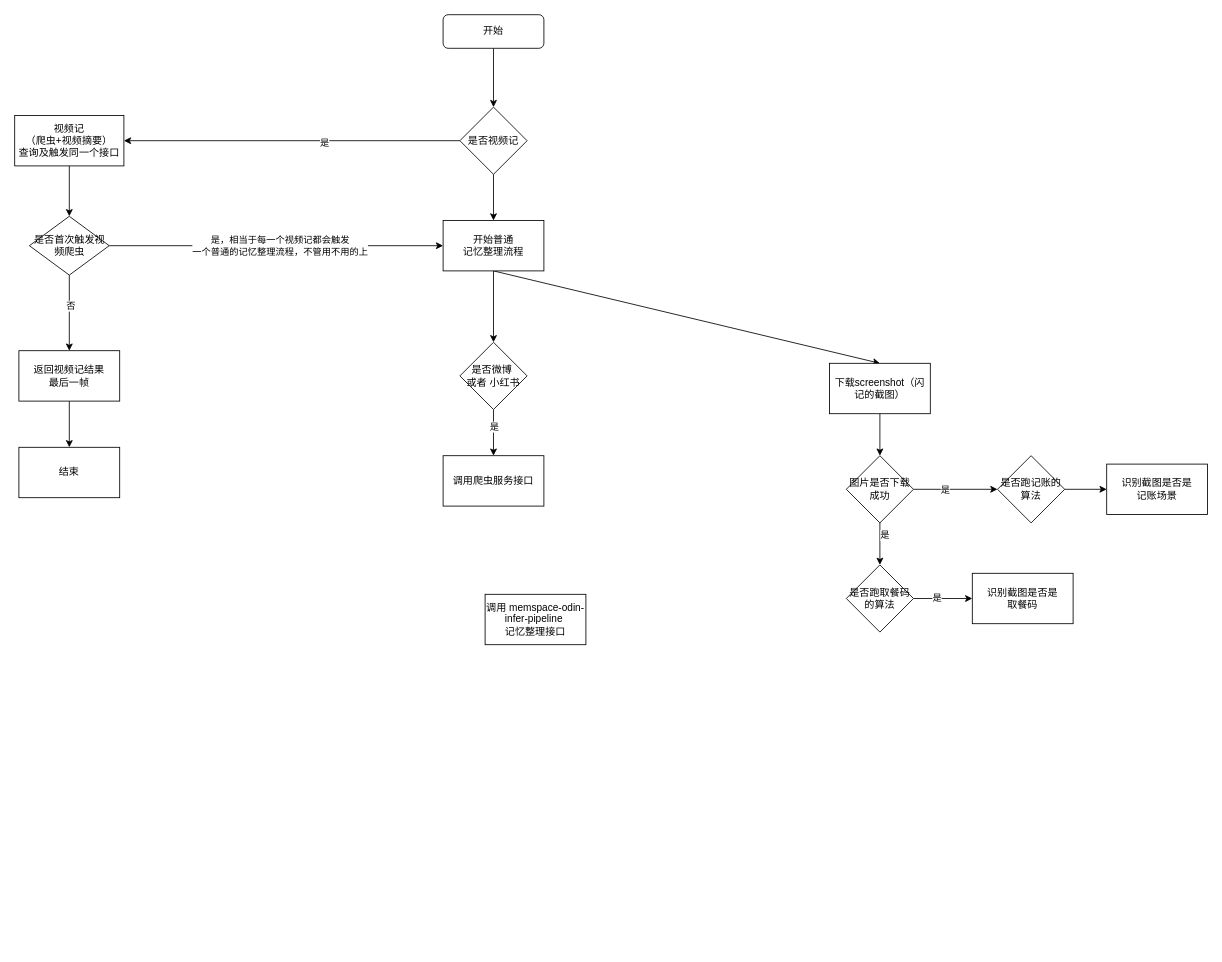
This is page "记忆整理流程" (9 of 9) of 个性化.drawio from jingb/pythonRepo, a draw.io file, before an edit. Source tidied: cells renumbered, new cells numbered last; positions are measured from the earlier drawing's top-left corner, leaving out a move shared by most shapes. Both pictures are drawn from the tidied source at 84%, with x=0, y=0 at pixel (14, 14).
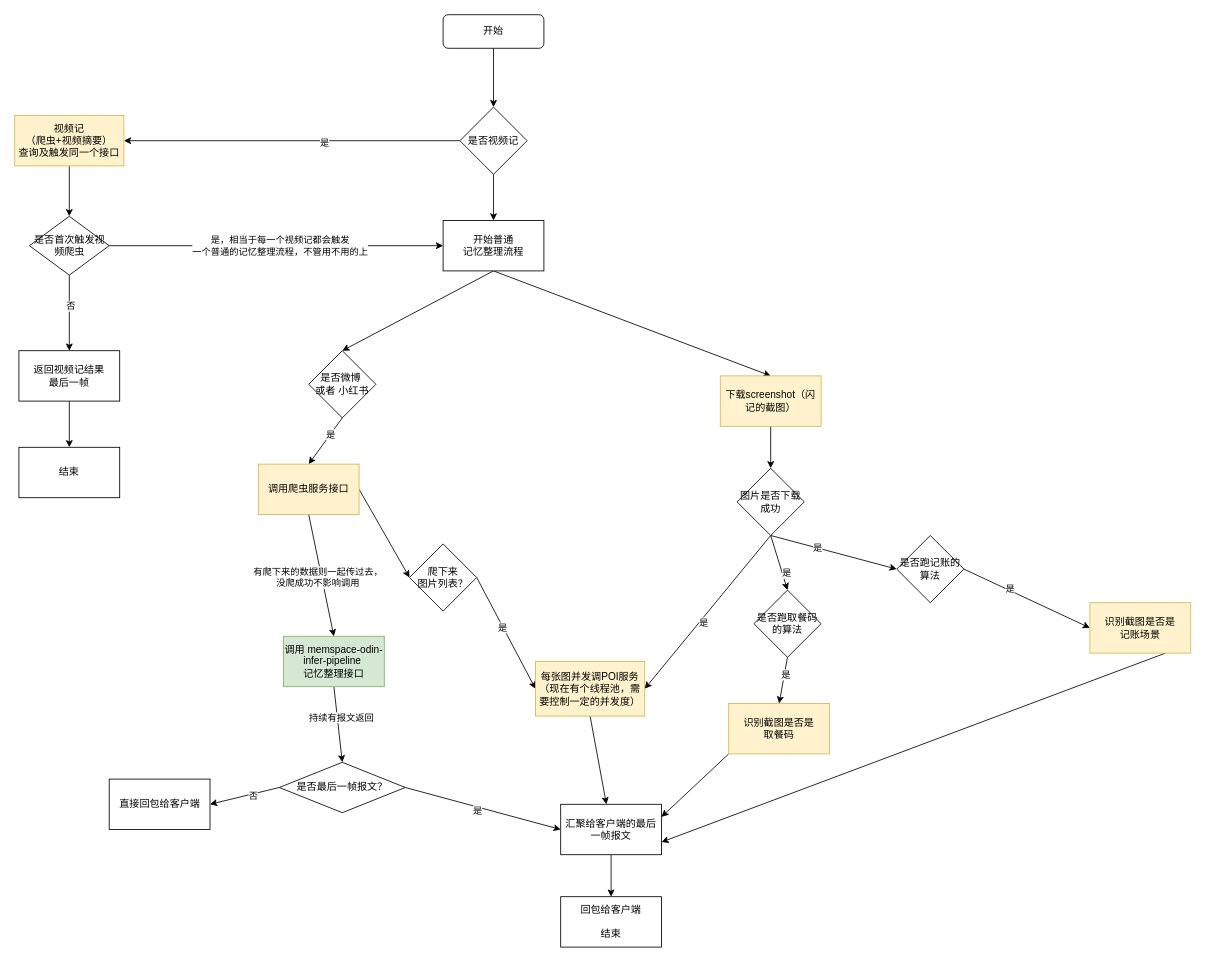
Above is the later version.

Commit message:
更新个性化.drawio

Unchanged cells that the change refers to:
```xml
<mxCell id="27" style="edgeStyle=none;rounded=0;jettySize=auto;html=1;exitX=1;exitY=0.5;exitDx=0;exitDy=0;entryX=0;entryY=0.5;entryDx=0;entryDy=0;" parent="1" edge="1" source="28" target="31">
  <mxGeometry relative="1" as="geometry" />
</mxCell>
```

Change to the diagram source:
```diff
@@
-    <mxCell id="10" value="视频记&lt;br&gt;（爬虫+视频摘要）&lt;br&gt;查询及触发同一个接口" style="rounded=0;whiteSpace=wrap;html=1;" parent="1" vertex="1">
+    <mxCell id="10" value="视频记&lt;br&gt;（爬虫+视频摘要）&lt;br&gt;查询及触发同一个接口" style="rounded=0;whiteSpace=wrap;html=1;fillColor=#fff2cc;strokeColor=#d6b656;" parent="1" vertex="1">
       <mxGeometry y="120" width="130" height="60" as="geometry" />
     </mxCell>
@@
-    <mxCell id="18" style="edgeStyle=none;rounded=0;jettySize=auto;html=1;entryX=0.5;entryY=0;entryDx=0;entryDy=0;" parent="1" edge="1" target="26">
-      <mxGeometry relative="1" as="geometry">
-        <mxPoint x="1030" y="535" as="sourcePoint" />
-      </mxGeometry>
+    <mxCell id="18" style="edgeStyle=none;rounded=0;jettySize=auto;html=1;entryX=0.5;entryY=0;entryDx=0;entryDy=0;exitX=0.5;exitY=1;exitDx=0;exitDy=0;" parent="1" edge="1" source="30" target="26">
+      <mxGeometry relative="1" as="geometry" />
     </mxCell>
@@
-    <mxCell id="20" style="edgeStyle=none;rounded=0;jettySize=auto;html=1;exitX=1;exitY=0.5;exitDx=0;exitDy=0;entryX=0;entryY=0.5;entryDx=0;entryDy=0;" parent="1" edge="1" source="30" target="28">
-      <mxGeometry relative="1" as="geometry" />
+    <mxCell id="20" style="edgeStyle=none;rounded=0;jettySize=auto;html=1;entryX=0;entryY=0.5;entryDx=0;entryDy=0;" parent="1" edge="1" target="28">
+      <mxGeometry relative="1" as="geometry">
+        <mxPoint x="900" y="620" as="sourcePoint" />
+      </mxGeometry>
     </mxCell>
@@
-    <mxCell id="23" value="下载screenshot（闪记的截图）" style="rounded=0;whiteSpace=wrap;html=1;" parent="1" vertex="1">
-      <mxGeometry x="970" y="415" width="120" height="60" as="geometry" />
+    <mxCell id="23" value="下载screenshot（闪记的截图）" style="rounded=0;whiteSpace=wrap;html=1;fillColor=#fff2cc;strokeColor=#d6b656;" parent="1" vertex="1">
+      <mxGeometry x="840" y="430" width="120" height="60" as="geometry" />
     </mxCell>
-    <mxCell id="24" style="edgeStyle=none;rounded=0;jettySize=auto;html=1;exitX=1;exitY=0.5;exitDx=0;exitDy=0;entryX=0;entryY=0.5;entryDx=0;entryDy=0;" parent="1" edge="1" source="26" target="29">
+    <mxCell id="24" style="edgeStyle=none;rounded=0;jettySize=auto;html=1;exitX=0.5;exitY=1;exitDx=0;exitDy=0;entryX=0.5;entryY=0;entryDx=0;entryDy=0;" parent="1" edge="1" source="26" target="29">
       <mxGeometry relative="1" as="geometry" />
     </mxCell>
@@
     <mxCell id="26" value="是否跑取餐码的算法" style="rhombus;whiteSpace=wrap;html=1;" parent="1" vertex="1">
-      <mxGeometry x="990" y="655" width="80" height="80" as="geometry" />
+      <mxGeometry x="880" y="685" width="80" height="80" as="geometry" />
     </mxCell>
@@
+    <mxCell id="40" value="是" style="edgeLabel;html=1;align=center;verticalAlign=middle;" parent="27" vertex="1">
+      <mxGeometry x="-0.29" y="2" relative="1" as="geometry" />
+    </mxCell>
     <mxCell id="28" value="是否跑记账的算法" style="rhombus;whiteSpace=wrap;html=1;" parent="1" vertex="1">
-      <mxGeometry x="1170" y="525" width="80" height="80" as="geometry" />
+      <mxGeometry x="1050" y="620" width="80" height="80" as="geometry" />
     </mxCell>
+    <mxCell id="41" style="edgeStyle=none;rounded=0;jettySize=auto;html=1;exitX=0;exitY=1;exitDx=0;exitDy=0;entryX=1;entryY=0.25;entryDx=0;entryDy=0;" parent="1" edge="1" source="29" target="62">
+      <mxGeometry relative="1" as="geometry" />
+    </mxCell>
-    <mxCell id="29" value="识别截图是否是&lt;br&gt;取餐码" style="rounded=0;whiteSpace=wrap;html=1;" parent="1" vertex="1">
-      <mxGeometry x="1140" y="665" width="120" height="60" as="geometry" />
+    <mxCell id="29" value="识别截图是否是&lt;br&gt;取餐码" style="rounded=0;whiteSpace=wrap;html=1;fillColor=#fff2cc;strokeColor=#d6b656;" parent="1" vertex="1">
+      <mxGeometry x="850" y="820" width="120" height="60" as="geometry" />
     </mxCell>
+    <mxCell id="42" style="edgeStyle=none;rounded=0;jettySize=auto;html=1;exitX=0.5;exitY=1;exitDx=0;exitDy=0;entryX=1;entryY=0.5;entryDx=0;entryDy=0;" parent="1" edge="1" source="30" target="54">
+      <mxGeometry relative="1" as="geometry" />
+    </mxCell>
+    <mxCell id="43" value="是" style="edgeLabel;html=1;align=center;verticalAlign=middle;" parent="42" vertex="1">
+      <mxGeometry x="0.11" y="3" relative="1" as="geometry" />
+    </mxCell>
     <mxCell id="30" value="图片是否下载成功" style="rhombus;whiteSpace=wrap;html=1;" parent="1" vertex="1">
-      <mxGeometry x="990" y="525" width="80" height="80" as="geometry" />
+      <mxGeometry x="860" y="540" width="80" height="80" as="geometry" />
     </mxCell>
+    <mxCell id="44" style="edgeStyle=none;rounded=0;jettySize=auto;html=1;exitX=0.75;exitY=1;exitDx=0;exitDy=0;entryX=1;entryY=0.75;entryDx=0;entryDy=0;" parent="1" edge="1" source="31" target="62">
+      <mxGeometry relative="1" as="geometry" />
+    </mxCell>
-    <mxCell id="31" value="识别截图是否是&lt;br&gt;记账场景" style="rounded=0;whiteSpace=wrap;html=1;" parent="1" vertex="1">
-      <mxGeometry x="1300" y="535" width="120" height="60" as="geometry" />
+    <mxCell id="31" value="识别截图是否是&lt;br&gt;记账场景" style="rounded=0;whiteSpace=wrap;html=1;fillColor=#fff2cc;strokeColor=#d6b656;" parent="1" vertex="1">
+      <mxGeometry x="1280" y="700" width="120" height="60" as="geometry" />
     </mxCell>
+    <mxCell id="45" style="edgeStyle=none;rounded=0;jettySize=auto;html=1;exitX=0.5;exitY=1;exitDx=0;exitDy=0;entryX=0.5;entryY=0;entryDx=0;entryDy=0;" parent="1" edge="1" source="32" target="59">
+      <mxGeometry relative="1" as="geometry" />
+    </mxCell>
+    <mxCell id="46" value="持续有报文返回" style="edgeLabel;html=1;align=center;verticalAlign=middle;" parent="45" vertex="1">
+      <mxGeometry x="-0.19" y="4" relative="1" as="geometry" />
+    </mxCell>
-    <mxCell id="32" value="调用&amp;nbsp;memspace-odin-infer-pipeline&amp;nbsp;&lt;br&gt;记忆整理接口" style="rounded=0;whiteSpace=wrap;html=1;" parent="1" vertex="1">
-      <mxGeometry x="560" y="690" width="120" height="60" as="geometry" />
+    <mxCell id="32" value="调用&amp;nbsp;memspace-odin-infer-pipeline&amp;nbsp;&lt;br&gt;记忆整理接口" style="rounded=0;whiteSpace=wrap;html=1;fillColor=#d5e8d4;strokeColor=#82b366;" parent="1" vertex="1">
+      <mxGeometry x="320" y="740" width="120" height="60" as="geometry" />
     </mxCell>
@@
     <mxCell id="38" value="是否微博&amp;nbsp;&lt;br&gt;或者 小红书" style="rhombus;whiteSpace=wrap;html=1;" parent="1" vertex="1">
-      <mxGeometry x="530" y="390" width="80" height="80" as="geometry" />
+      <mxGeometry x="350" y="400" width="80" height="80" as="geometry" />
     </mxCell>
+    <mxCell id="47" style="edgeStyle=none;rounded=0;jettySize=auto;html=1;exitX=0.5;exitY=1;exitDx=0;exitDy=0;entryX=0.5;entryY=0;entryDx=0;entryDy=0;" parent="1" edge="1" source="39" target="32">
+      <mxGeometry relative="1" as="geometry" />
+    </mxCell>
+    <mxCell id="48" value="有爬下来的数据则一起传过去，&lt;br&gt;没爬成功不影响调用" style="edgeLabel;html=1;align=center;verticalAlign=middle;" parent="47" vertex="1">
+      <mxGeometry x="-0.12" y="-1" relative="1" as="geometry">
+        <mxPoint x="-2" y="11" as="offset" />
+      </mxGeometry>
+    </mxCell>
+    <mxCell id="49" style="edgeStyle=none;rounded=0;jettySize=auto;html=1;exitX=1;exitY=0.5;exitDx=0;exitDy=0;entryX=0;entryY=0.5;entryDx=0;entryDy=0;" parent="1" edge="1" source="39" target="52">
+      <mxGeometry relative="1" as="geometry" />
+    </mxCell>
-    <mxCell id="39" value="调用爬虫服务接口" style="rounded=0;whiteSpace=wrap;html=1;" parent="1" vertex="1">
-      <mxGeometry x="510" y="525" width="120" height="60" as="geometry" />
+    <mxCell id="39" value="调用爬虫服务接口" style="rounded=0;whiteSpace=wrap;html=1;fillColor=#fff2cc;strokeColor=#d6b656;" parent="1" vertex="1">
+      <mxGeometry x="290" y="535" width="120" height="60" as="geometry" />
     </mxCell>
+    <mxCell id="50" style="edgeStyle=none;rounded=0;jettySize=auto;html=1;exitX=1;exitY=0.5;exitDx=0;exitDy=0;entryX=0;entryY=0.5;entryDx=0;entryDy=0;" parent="1" edge="1" source="52" target="54">
+      <mxGeometry relative="1" as="geometry" />
+    </mxCell>
+    <mxCell id="51" value="是" style="edgeLabel;html=1;align=center;verticalAlign=middle;" parent="50" vertex="1">
+      <mxGeometry x="-0.1" y="-1" relative="1" as="geometry" />
+    </mxCell>
+    <mxCell id="52" value="爬下来&lt;br&gt;图片列表？" style="rhombus;whiteSpace=wrap;html=1;" parent="1" vertex="1">
+      <mxGeometry x="470" y="630" width="80" height="80" as="geometry" />
+    </mxCell>
+    <mxCell id="53" style="edgeStyle=none;rounded=0;jettySize=auto;html=1;exitX=0.5;exitY=1;exitDx=0;exitDy=0;" parent="1" edge="1" source="54" target="62">
+      <mxGeometry relative="1" as="geometry" />
+    </mxCell>
+    <mxCell id="54" value="每张图并发调POI服务&lt;br&gt;（现在有个线程池，需要控制一定的并发度）" style="rounded=0;whiteSpace=wrap;html=1;fillColor=#fff2cc;strokeColor=#d6b656;" parent="1" vertex="1">
+      <mxGeometry x="620" y="770" width="130" height="65" as="geometry" />
+    </mxCell>
+    <mxCell id="55" style="edgeStyle=none;rounded=0;jettySize=auto;html=1;entryX=1;entryY=0.5;entryDx=0;entryDy=0;exitX=0;exitY=0.5;exitDx=0;exitDy=0;" parent="1" edge="1" source="59" target="60">
+      <mxGeometry relative="1" as="geometry" />
+    </mxCell>
+    <mxCell id="56" value="否" style="edgeLabel;html=1;align=center;verticalAlign=middle;" parent="55" vertex="1">
+      <mxGeometry x="-0.23" y="2" relative="1" as="geometry" />
+    </mxCell>
+    <mxCell id="57" style="edgeStyle=none;rounded=0;jettySize=auto;html=1;exitX=1;exitY=0.5;exitDx=0;exitDy=0;entryX=0;entryY=0.5;entryDx=0;entryDy=0;" parent="1" edge="1" source="59" target="62">
+      <mxGeometry relative="1" as="geometry" />
+    </mxCell>
+    <mxCell id="58" value="是" style="edgeLabel;html=1;align=center;verticalAlign=middle;" parent="57" vertex="1">
+      <mxGeometry x="-0.06" y="-4" relative="1" as="geometry" />
+    </mxCell>
+    <mxCell id="59" value="是否最后一帧报文？" style="rhombus;whiteSpace=wrap;html=1;" parent="1" vertex="1">
+      <mxGeometry x="315" y="890" width="150" height="60" as="geometry" />
+    </mxCell>
+    <mxCell id="60" value="直接回包给客户端" style="rounded=0;whiteSpace=wrap;html=1;" parent="1" vertex="1">
+      <mxGeometry x="112.5" y="910" width="120" height="60" as="geometry" />
+    </mxCell>
+    <mxCell id="61" style="edgeStyle=none;rounded=0;jettySize=auto;html=1;exitX=0.5;exitY=1;exitDx=0;exitDy=0;entryX=0.5;entryY=0;entryDx=0;entryDy=0;" parent="1" edge="1" source="62" target="63">
+      <mxGeometry relative="1" as="geometry" />
+    </mxCell>
+    <mxCell id="62" value="汇聚给客户端的最后一帧报文" style="rounded=0;whiteSpace=wrap;html=1;" parent="1" vertex="1">
+      <mxGeometry x="650" y="940" width="120" height="60" as="geometry" />
+    </mxCell>
+    <mxCell id="63" value="回包给客户端&lt;br&gt;&lt;br&gt;结束" style="rounded=0;whiteSpace=wrap;html=1;" parent="1" vertex="1">
+      <mxGeometry x="650" y="1050" width="120" height="60" as="geometry" />
+    </mxCell>
```
